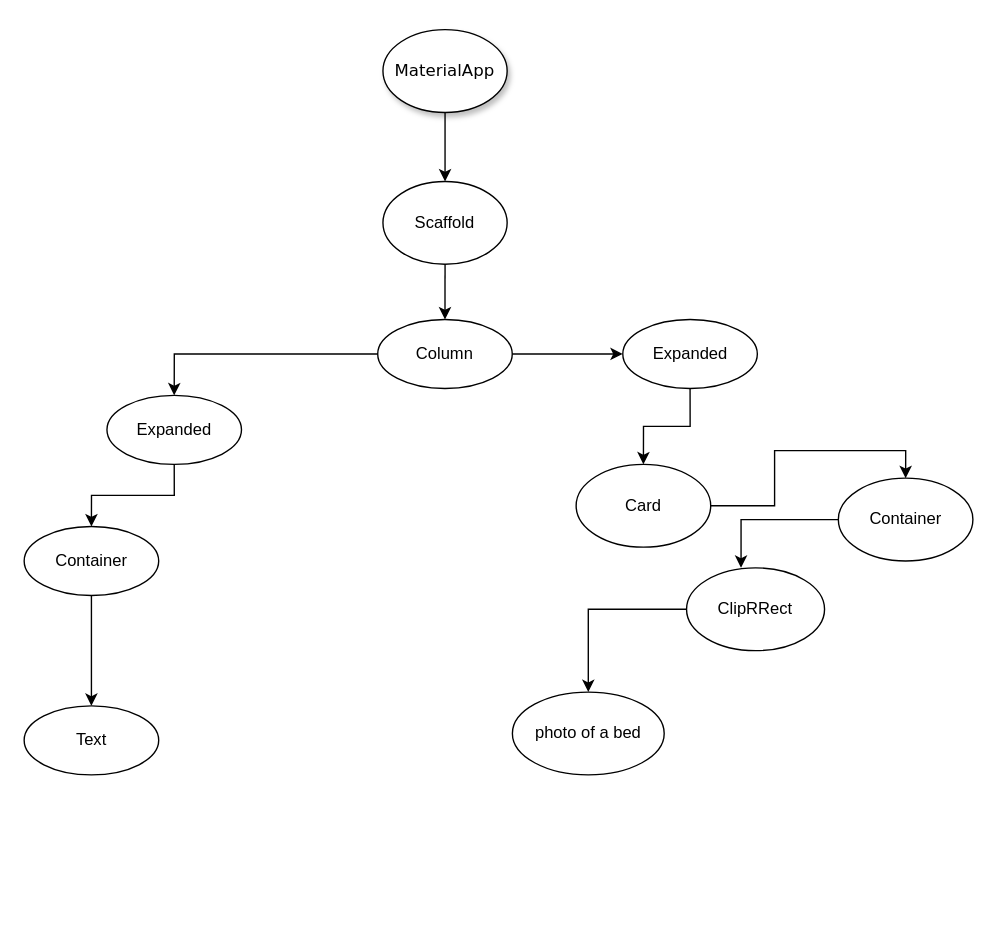
Above: Untitled Diagram.drawio in Mr-N-Sibiya/PersonalProjectsForPactice (draw.io), before the change. Source tidied: cells renumbered, new cells numbered last; positions are measured from the earlier drawing's top-left corner, leaving out a move shared by most shapes. Both pictures are drawn from the tidied source at 138%, with x=0, y=0 at pixel (23, 29).
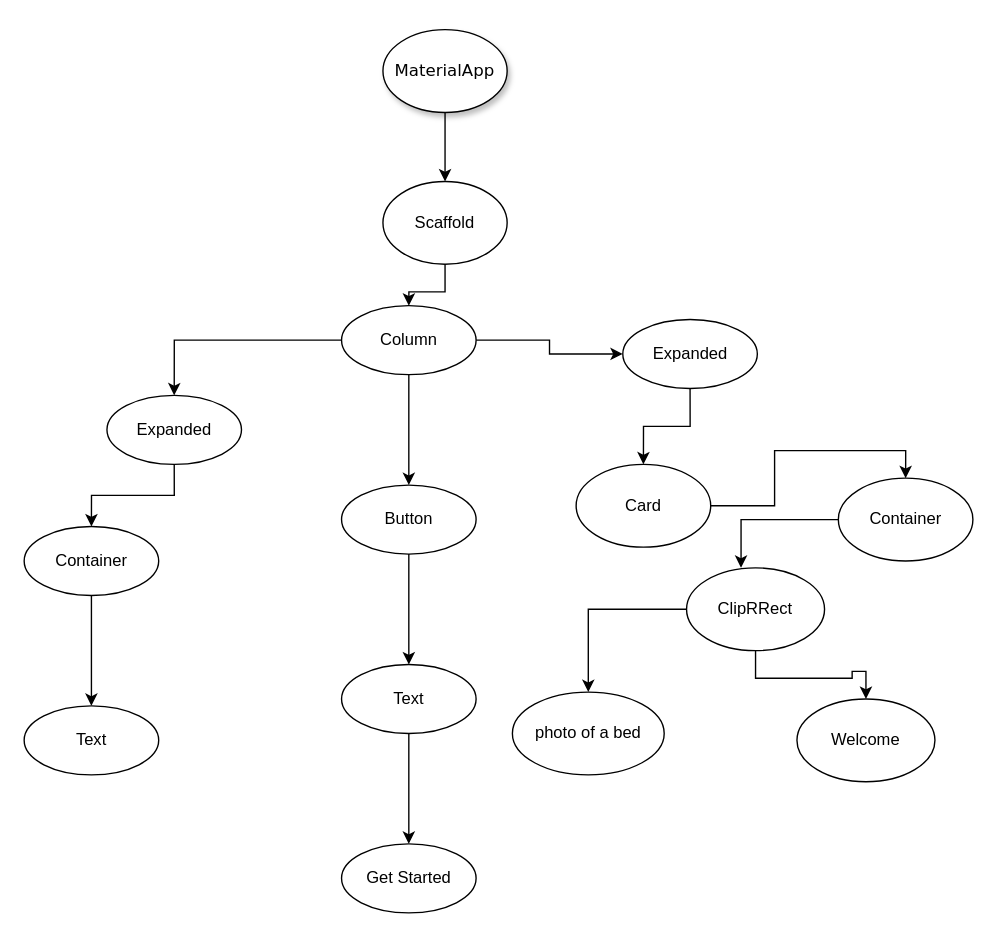
After the change.

Unchanged cells that the change refers to:
```xml
<mxCell id="5" value="Scaffold" style="ellipse;whiteSpace=wrap;html=1;" parent="1" vertex="1">
  <mxGeometry x="260" y="110" width="90" height="60" as="geometry" />
</mxCell>
<mxCell id="14" value="ClipRRect" style="ellipse;whiteSpace=wrap;html=1;" parent="1" vertex="1">
  <mxGeometry x="480" y="390" width="100" height="60" as="geometry" />
</mxCell>
```

Diff of the diagram source:
```diff
@@
     <mxCell id="4" style="edgeStyle=orthogonalEdgeStyle;rounded=0;jettySize=auto;html=1;" parent="1" edge="1" source="5" target="12">
-      <mxGeometry relative="1" as="geometry">
-        <Array as="points">
-          <mxPoint x="305" y="230" />
-          <mxPoint x="305" y="230" />
-        </Array>
-      </mxGeometry>
+      <mxGeometry relative="1" as="geometry" />
     </mxCell>
@@
+    <mxCell id="23" style="edgeStyle=orthogonalEdgeStyle;rounded=0;jettySize=auto;html=1;" parent="1" edge="1" source="12" target="26">
+      <mxGeometry relative="1" as="geometry" />
+    </mxCell>
     <mxCell id="12" value="Column" style="ellipse;whiteSpace=wrap;html=1;" parent="1" vertex="1">
-      <mxGeometry x="256.2" y="210" width="97.5" height="50" as="geometry" />
+      <mxGeometry x="230" y="200" width="97.5" height="50" as="geometry" />
     </mxCell>
@@
+    <mxCell id="24" style="edgeStyle=orthogonalEdgeStyle;rounded=0;jettySize=auto;html=1;" parent="1" edge="1" source="14" target="30">
+      <mxGeometry relative="1" as="geometry" />
+    </mxCell>
@@
+    <mxCell id="25" style="edgeStyle=orthogonalEdgeStyle;rounded=0;jettySize=auto;html=1;" parent="1" edge="1" source="26" target="28">
+      <mxGeometry relative="1" as="geometry" />
+    </mxCell>
+    <mxCell id="26" value="Button" style="ellipse;whiteSpace=wrap;html=1;" parent="1" vertex="1">
+      <mxGeometry x="230" y="330" width="97.5" height="50" as="geometry" />
+    </mxCell>
+    <mxCell id="27" style="edgeStyle=orthogonalEdgeStyle;rounded=0;jettySize=auto;html=1;" parent="1" edge="1" source="28" target="29">
+      <mxGeometry relative="1" as="geometry" />
+    </mxCell>
+    <mxCell id="28" value="Text" style="ellipse;whiteSpace=wrap;html=1;" parent="1" vertex="1">
+      <mxGeometry x="230" y="460" width="97.5" height="50" as="geometry" />
+    </mxCell>
+    <mxCell id="29" value="Get Started" style="ellipse;whiteSpace=wrap;html=1;" parent="1" vertex="1">
+      <mxGeometry x="230" y="590" width="97.5" height="50" as="geometry" />
+    </mxCell>
+    <mxCell id="30" value="Welcome" style="ellipse;whiteSpace=wrap;html=1;" parent="1" vertex="1">
+      <mxGeometry x="560" y="485" width="100" height="60" as="geometry" />
+    </mxCell>
```
